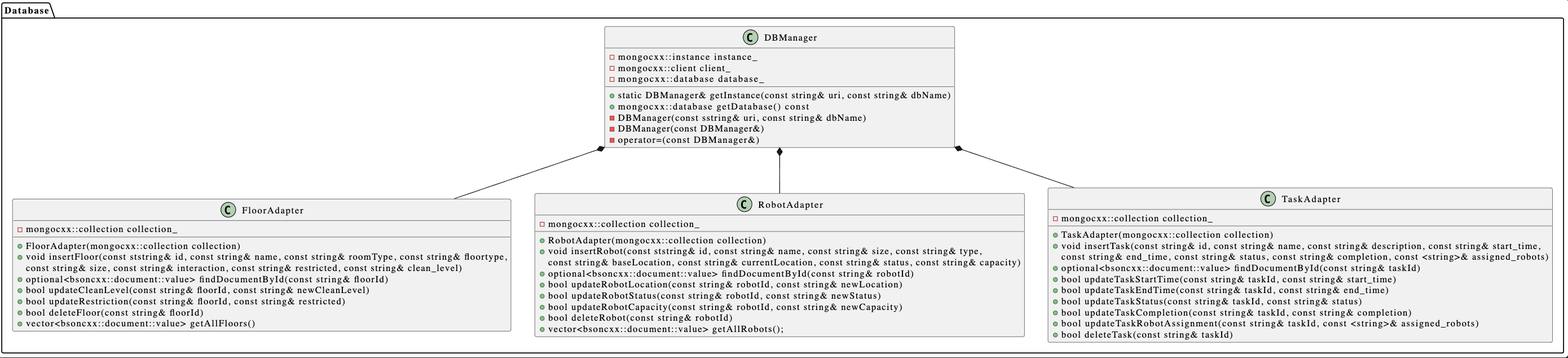
The PlantUML diagram docs/design/uml_class_diagrams/Database.png in ur-swe-fa24/main-project-tidytech, before a commit. Its source is kept beside it as docs/design/uml_class_diagrams/Database.puml.
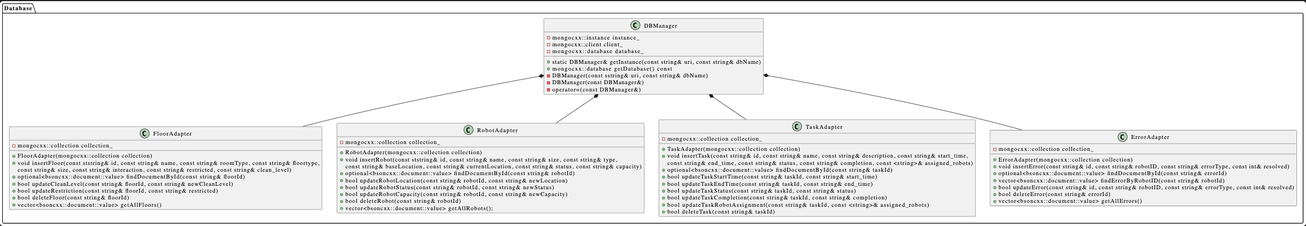
After the change.

Commit message:
updates database diagram

What changed in the source:
```diff
@@ -52,11 +52,21 @@
         + bool deleteTask(const string& taskId)
         - mongocxx::collection collection_
     }
+    class ErrorAdapter {
+        + ErrorAdapter(mongocxx::collection collection)
+        + void insertError(const string& id, const string& robotID, const string& errorType, const int& resolved)
+        + optional<bsoncxx::document::value> findDocumentById(const string& errorId)
+        + vector<bsoncxx::document::value> findErrorByRobotID(const string& robotId)
+        + bool updateError(const string& id, const string& robotID, const string& errorType, const int& resolved)
+        + bool deleteError(const string& errorId)
+        + vector<bsoncxx::document::value> getAllErrors()
+        - mongocxx::collection collection_
+    }
 
     DBManager *-- FloorAdapter
     DBManager *-- RobotAdapter
     DBManager *-- TaskAdapter
-
+    DBManager *-- ErrorAdapter
 }
 
 @enduml
```
